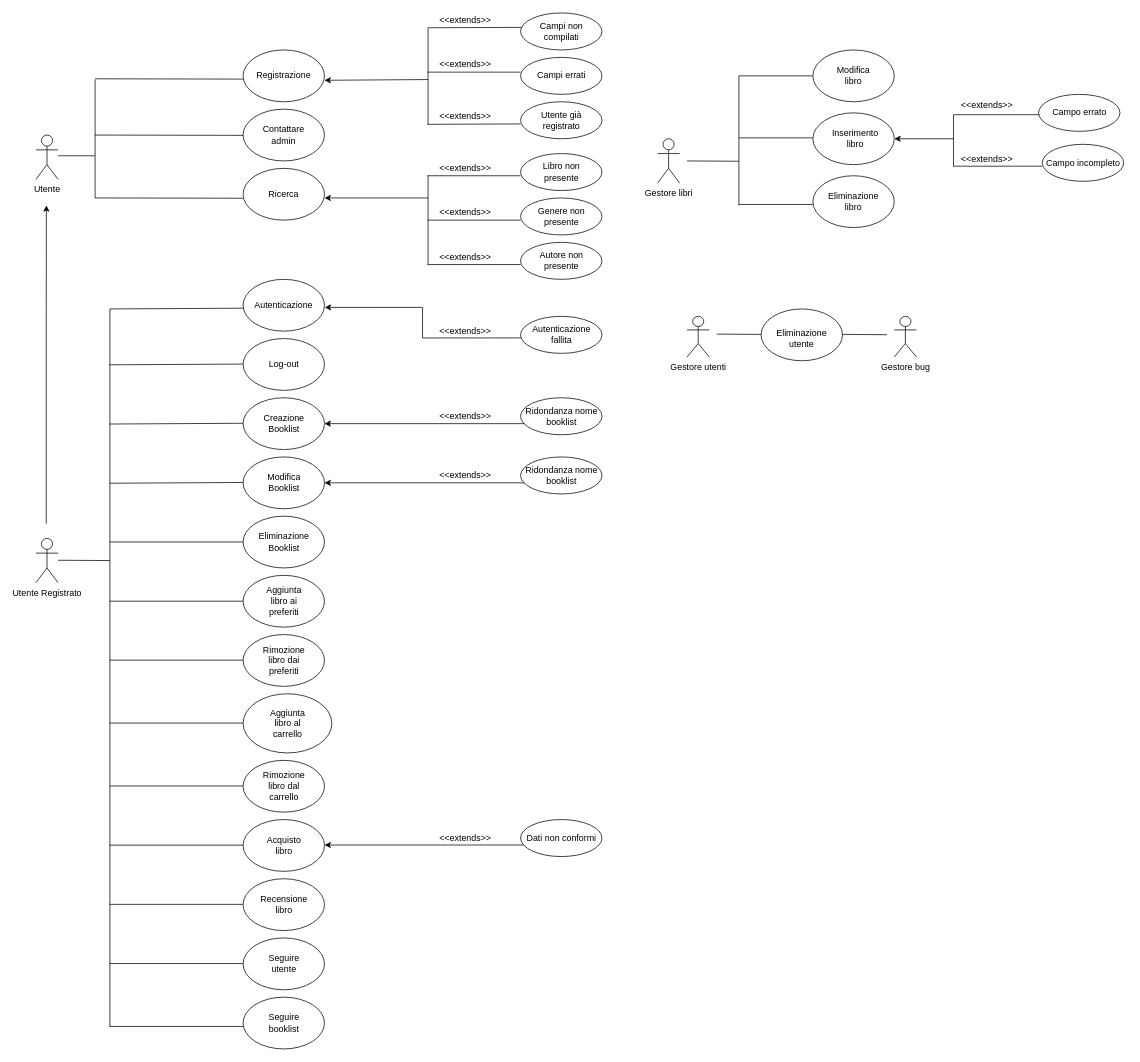
Above: Documenti/RAD/modello_funzionale/use_case_diagram.drawio in AleBarbados/NewSocialBookRepo (draw.io), before the change. Source tidied: cells renumbered, new cells numbered last; positions are measured from the earlier drawing's top-left corner, leaving out a move shared by most shapes. Both pictures are drawn from the tidied source at 74%, with x=0, y=0 at pixel (36, 13).
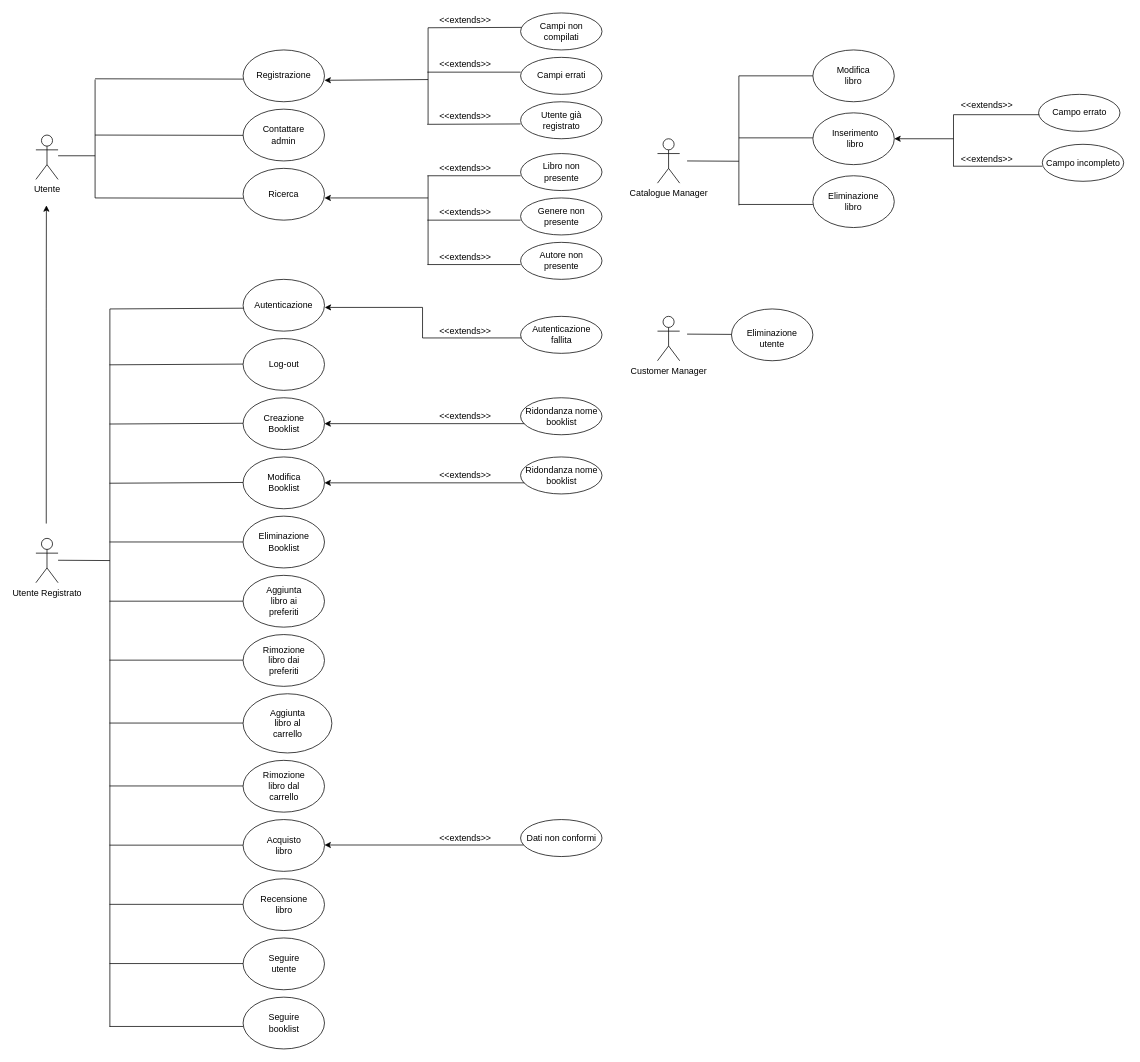
The same page after the edit.

Diff of the diagram source:
```diff
@@
-    <mxCell id="95" value="Gestore libri" style="shape=umlActor;verticalLabelPosition=bottom;verticalAlign=top;html=1;" parent="1" vertex="1">
+    <mxCell id="95" value="Catalogue Manager" style="shape=umlActor;verticalLabelPosition=bottom;verticalAlign=top;html=1;" parent="1" vertex="1">
       <mxGeometry x="840" y="170" width="30" height="60" as="geometry" />
     </mxCell>
@@
     <mxCell id="100" style="ellipse;whiteSpace=wrap;html=1;" parent="1" vertex="1">
-      <mxGeometry x="980" y="400" width="110" height="70" as="geometry" />
+      <mxGeometry x="940" y="400" width="110" height="70" as="geometry" />
     </mxCell>
@@
     <mxCell id="104" value="Eliminazione utente" style="text;html=1;strokeColor=none;fillColor=none;align=center;verticalAlign=middle;whiteSpace=wrap;rounded=0;" parent="1" vertex="1">
-      <mxGeometry x="1015" y="430" width="40" height="20" as="geometry" />
+      <mxGeometry x="975" y="430" width="40" height="20" as="geometry" />
     </mxCell>
@@
     <mxCell id="109" style="endArrow=none;html=1;" parent="1" edge="1">
       <mxGeometry relative="1" as="geometry">
-        <mxPoint x="920" y="434" as="sourcePoint" />
-        <mxPoint x="980" y="434.4" as="targetPoint" />
+        <mxPoint x="880" y="434" as="sourcePoint" />
+        <mxPoint x="940" y="434.4" as="targetPoint" />
       </mxGeometry>
     </mxCell>
@@
-    <mxCell id="123" value="Gestore utenti" style="shape=umlActor;verticalLabelPosition=bottom;verticalAlign=top;html=1;" parent="1" vertex="1">
-      <mxGeometry x="880" y="410" width="30" height="55" as="geometry" />
+    <mxCell id="123" value="Customer Manager" style="shape=umlActor;verticalLabelPosition=bottom;verticalAlign=top;html=1;" parent="1" vertex="1">
+      <mxGeometry x="840" y="410" width="30" height="60" as="geometry" />
     </mxCell>
-    <mxCell id="124" style="endArrow=none;html=1;" parent="1" edge="1">
-      <mxGeometry relative="1" as="geometry">
-        <mxPoint x="1090" y="434.4" as="sourcePoint" />
-        <mxPoint x="1150" y="434.8" as="targetPoint" />
-      </mxGeometry>
-    </mxCell>
-    <mxCell id="125" value="Gestore bug" style="shape=umlActor;verticalLabelPosition=bottom;verticalAlign=top;html=1;" parent="1" vertex="1">
-      <mxGeometry x="1160" y="410" width="30" height="55" as="geometry" />
-    </mxCell>
```
